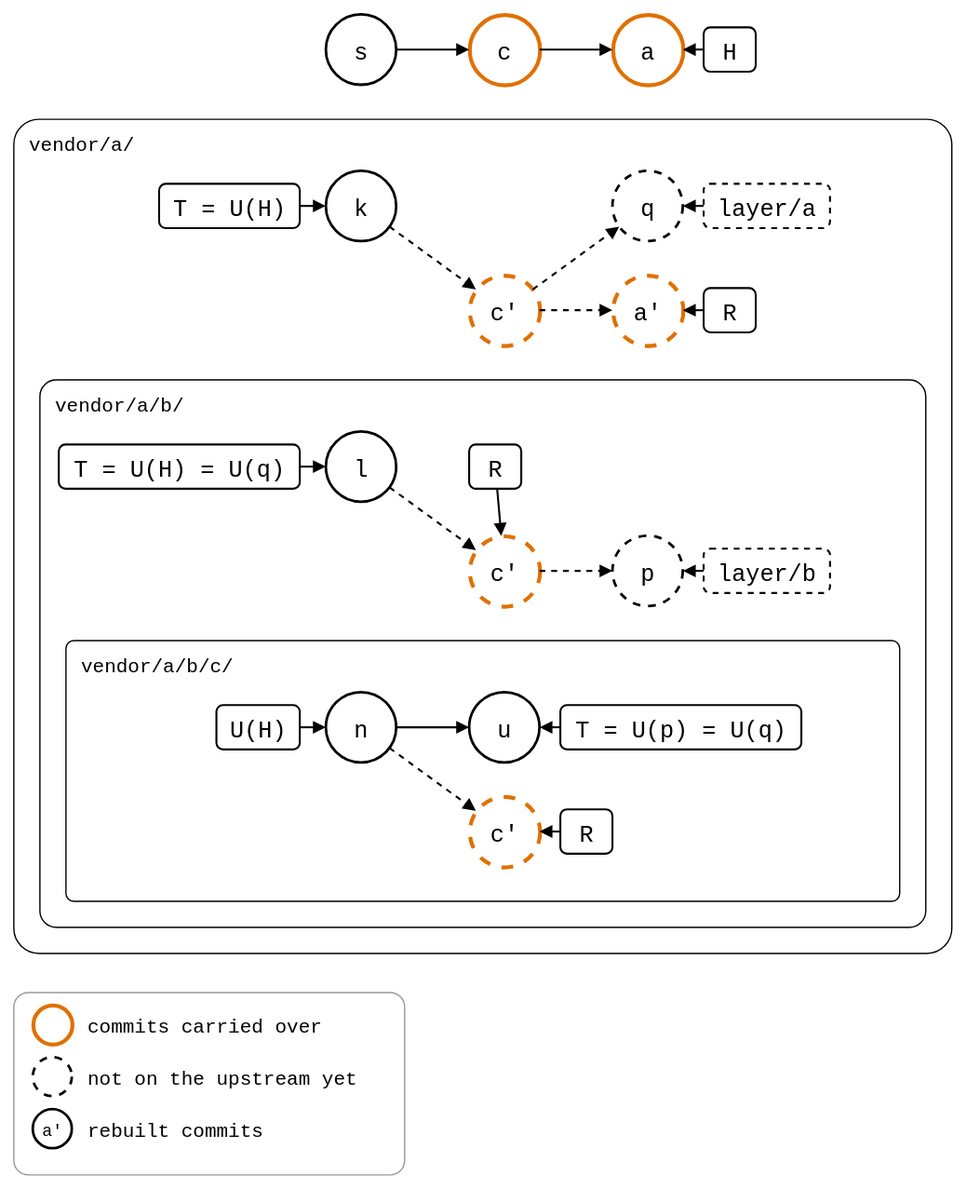
roschaefer/git-splice keeps this draw.io diagram as docs/09-scenarios/05-nested-splices/01-nested-splices/02-three-levels/levels-monorepo-moved-on.drawio.svg. Above is the earlier version. Source tidied: cells renumbered, new cells last; positions are measured from the earlier drawing's top-left corner, leaving out a move shared by most shapes.
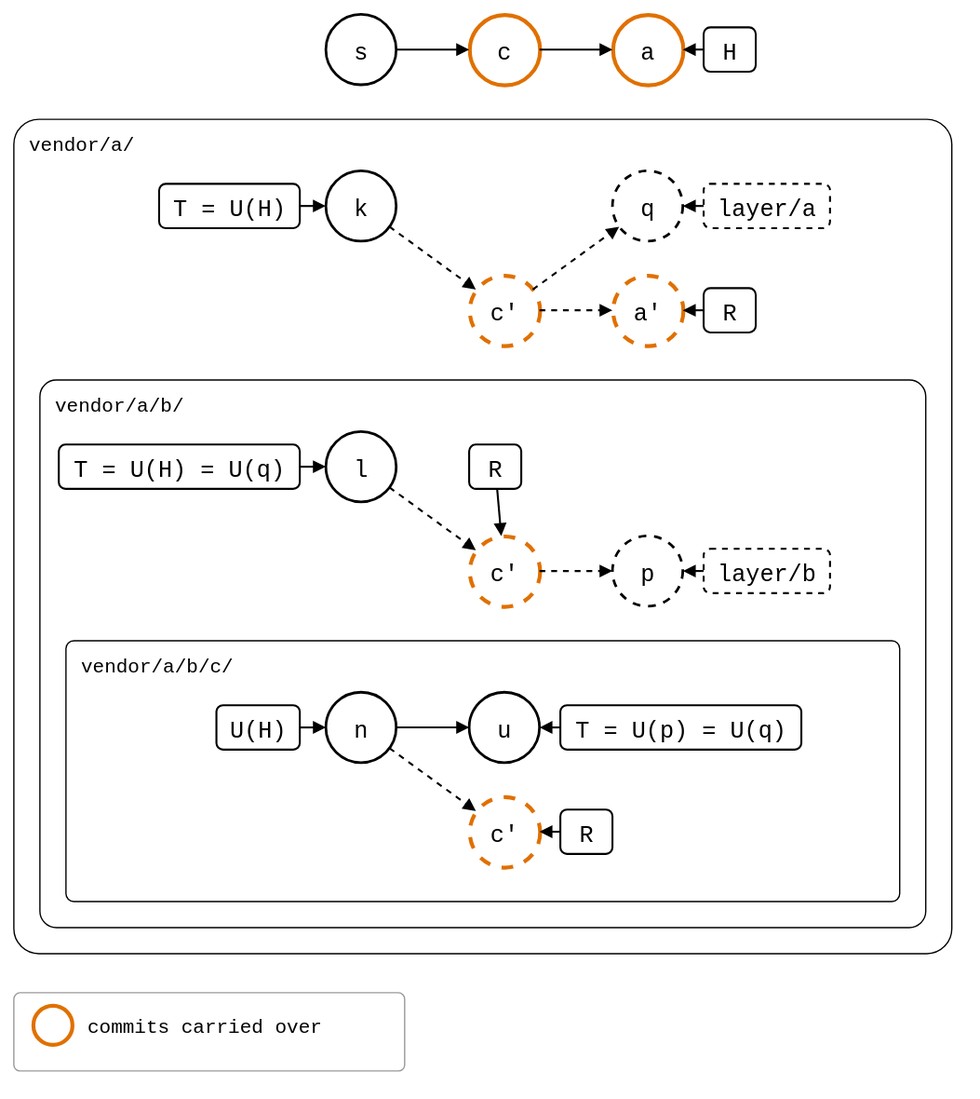
Later version of the same file.

What changed in the source:
```diff
@@ -138,7 +138,7 @@
       <mxGeometry relative="1" as="geometry" />
     </mxCell>
     <mxCell id="47" style="rounded=1;arcSize=8;fillColor=none;strokeColor=#999999;strokeWidth=1;legend=1;" parent="1" vertex="1">
-      <mxGeometry y="750" width="300" height="140" as="geometry" />
+      <mxGeometry y="750" width="300" height="60" as="geometry" />
     </mxCell>
     <mxCell id="48" style="ellipse;fontSize=13;fontFamily=Roboto Mono,monospace;strokeWidth=2;strokeColor=#E07000;strokeWidth=3;" parent="47" vertex="1">
       <mxGeometry x="15" y="10" width="30" height="30" as="geometry" />
@@ -146,17 +146,5 @@
     <mxCell id="49" value="commits carried over" style="text;align=left;verticalAlign=middle;fontSize=15;fontFamily=Roboto Mono,monospace;" parent="47" vertex="1">
       <mxGeometry x="55" y="10" width="240" height="30" as="geometry" />
     </mxCell>
-    <mxCell id="50" style="ellipse;fontSize=13;fontFamily=Roboto Mono,monospace;strokeWidth=2;dashed=1;" parent="47" vertex="1">
-      <mxGeometry x="15" y="50" width="30" height="30" as="geometry" />
-    </mxCell>
-    <mxCell id="51" value="not on the upstream yet" style="text;align=left;verticalAlign=middle;fontSize=15;fontFamily=Roboto Mono,monospace;" parent="47" vertex="1">
-      <mxGeometry x="55" y="50" width="240" height="30" as="geometry" />
-    </mxCell>
-    <mxCell id="52" value="a'" style="ellipse;fontSize=13;fontFamily=Roboto Mono,monospace;strokeWidth=2;" parent="47" vertex="1">
-      <mxGeometry x="15" y="90" width="30" height="30" as="geometry" />
-    </mxCell>
-    <mxCell id="53" value="rebuilt commits" style="text;align=left;verticalAlign=middle;fontSize=15;fontFamily=Roboto Mono,monospace;" parent="47" vertex="1">
-      <mxGeometry x="55" y="90" width="240" height="30" as="geometry" />
-    </mxCell>
   </root>
 </mxGraphModel>
```
